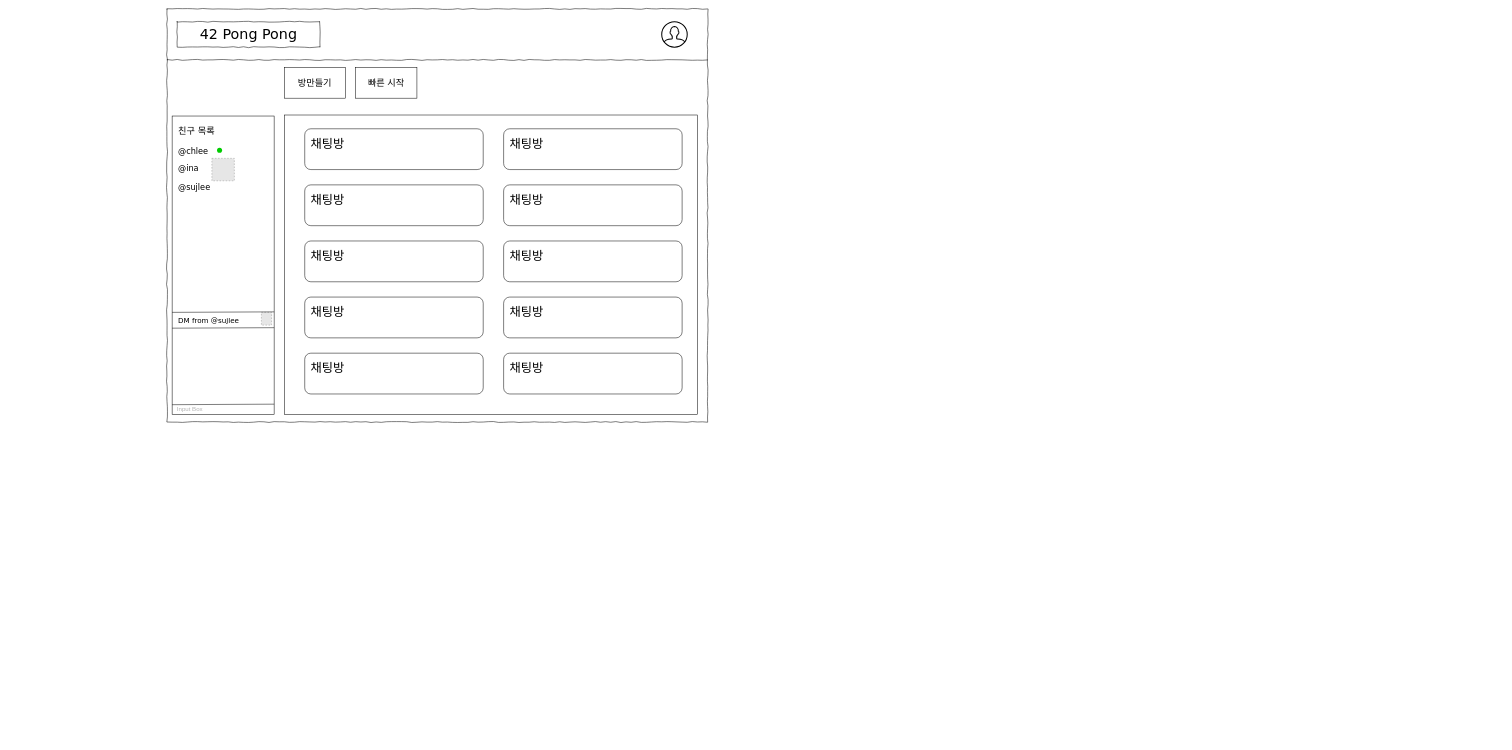
Before: blueprint.drawio in Architects8080/blueprint, a draw.io diagram. Source tidied: cells renumbered, new cells numbered last; positions are measured from the earlier drawing's top-left corner, leaving out a move shared by most shapes. Both pictures are drawn from the tidied source at 51%, with x=0, y=0 at pixel (167, 9). Pictures stored in the file or linked from it are replaced by grey dashed boxes.
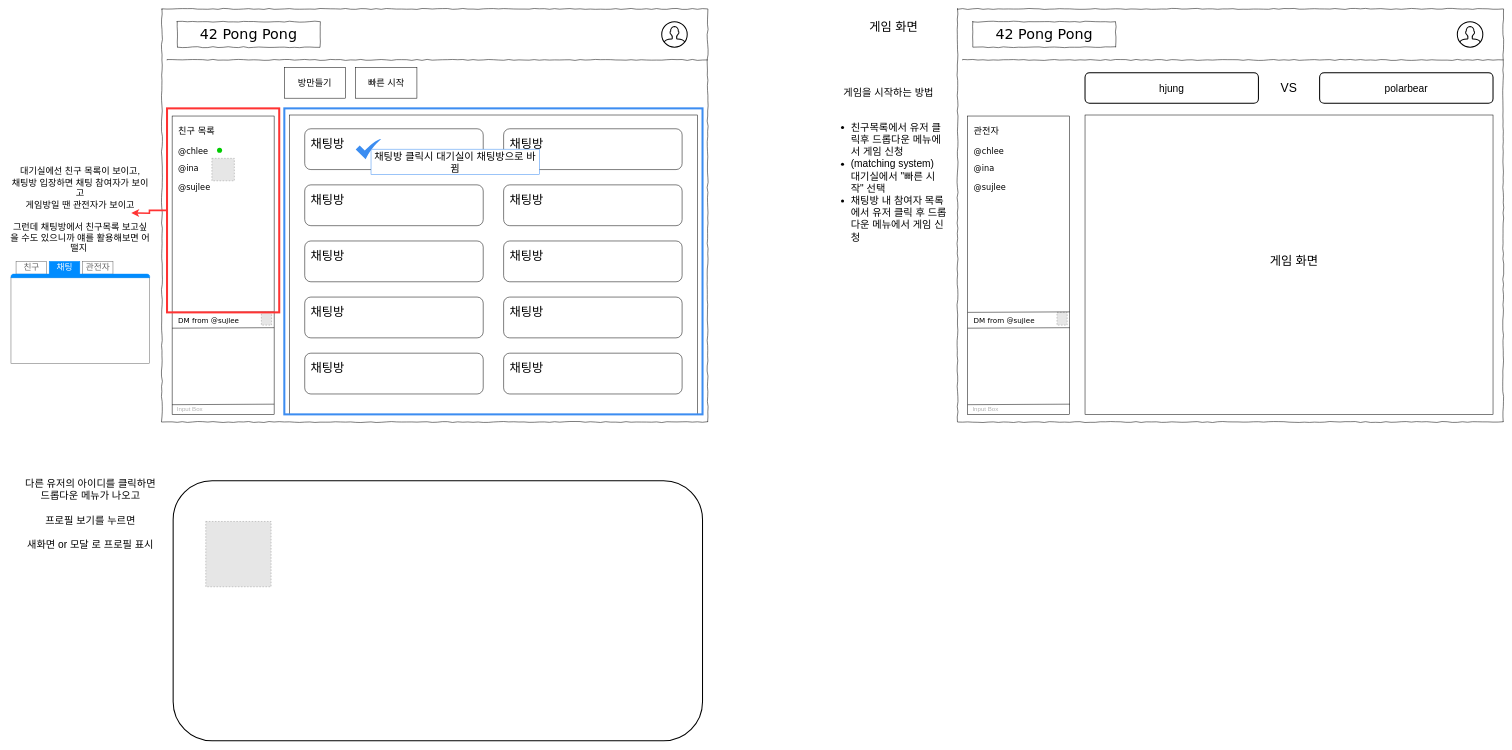
After the change.

What changed in the source:
```diff
@@
     <mxCell id="3" style="whiteSpace=wrap;html=1;rounded=0;shadow=0;labelBackgroundColor=none;strokeColor=#000000;strokeWidth=1;fillColor=none;fontFamily=Verdana;fontSize=12;fontColor=#000000;align=center;comic=1;" parent="1" vertex="1">
-      <mxGeometry width="1060" height="810" as="geometry" />
+      <mxGeometry x="-10" width="1070" height="810" as="geometry" />
     </mxCell>
@@
     <mxCell id="18" style="rounded=0;whiteSpace=wrap;html=1;fontColor=#B3B3B3;fillColor=none;" parent="1" vertex="1">
-      <mxGeometry x="230" y="208" width="810" height="587" as="geometry" />
+      <mxGeometry x="240" y="208" width="800" height="587" as="geometry" />
     </mxCell>
@@
+    <mxCell id="42" style="edgeStyle=orthogonalEdgeStyle;rounded=0;jettySize=auto;html=1;fontSize=18;fontColor=#B3B3B3;strokeColor=#FF3333;strokeWidth=3;" parent="1" edge="1" source="43">
+      <mxGeometry relative="1" as="geometry">
+        <mxPoint x="-70" y="400" as="targetPoint" />
+      </mxGeometry>
+    </mxCell>
+    <mxCell id="43" style="rounded=0;whiteSpace=wrap;html=1;fontSize=18;fontColor=#B3B3B3;fillColor=none;strokeWidth=4;strokeColor=#FF3333;" parent="1" vertex="1">
+      <mxGeometry y="195" width="220" height="400" as="geometry" />
+    </mxCell>
+    <mxCell id="44" value="대기실에선 친구 목록이 보이고,&lt;br&gt;채팅방 입장하면 채팅 참여자가 보이고&lt;br&gt;게임방일 땐 관전자가 보이고&lt;br&gt;&lt;br&gt;그런데 채팅방에서 친구목록 보고싶을 수도 있으니까 얘를 활용해보면 어떨지&amp;nbsp;" style="text;html=1;strokeColor=none;fillColor=none;align=center;verticalAlign=middle;whiteSpace=wrap;rounded=0;fontSize=18;" parent="1" vertex="1">
+      <mxGeometry x="-310" y="265" width="280" height="260" as="geometry" />
+    </mxCell>
+    <mxCell id="45" style="strokeWidth=1;shadow=0;dashed=0;align=center;html=1;shape=mxgraph.mockup.containers.marginRect2;rectMarginTop=32;strokeColor=#666666;gradientColor=none;fontSize=18;fontColor=#000000;" parent="1" vertex="1">
+      <mxGeometry x="-306" y="495" width="272" height="200" as="geometry" />
+    </mxCell>
+    <mxCell id="46" value="친구" style="strokeColor=inherit;fillColor=inherit;gradientColor=inherit;strokeWidth=1;shadow=0;dashed=0;align=center;html=1;shape=mxgraph.mockup.containers.rrect;rSize=0;fontSize=17;fontColor=#666666;gradientColor=none;" parent="45" vertex="1">
+      <mxGeometry width="60" height="25" relative="1" as="geometry">
+        <mxPoint x="10" as="offset" />
+      </mxGeometry>
+    </mxCell>
+    <mxCell id="47" value="채팅" style="strokeWidth=1;shadow=0;dashed=0;align=center;html=1;shape=mxgraph.mockup.containers.rrect;rSize=0;fontSize=17;fontColor=#ffffff;strokeColor=#008cff;fillColor=#008cff;" parent="45" vertex="1">
+      <mxGeometry width="60" height="25" relative="1" as="geometry">
+        <mxPoint x="75" as="offset" />
+      </mxGeometry>
+    </mxCell>
+    <mxCell id="48" value="관전자" style="strokeColor=inherit;fillColor=inherit;gradientColor=inherit;strokeWidth=1;shadow=0;dashed=0;align=center;html=1;shape=mxgraph.mockup.containers.rrect;rSize=0;fontSize=17;fontColor=#666666;gradientColor=none;" parent="45" vertex="1">
+      <mxGeometry width="60" height="25" relative="1" as="geometry">
+        <mxPoint x="140" as="offset" />
+      </mxGeometry>
+    </mxCell>
+    <mxCell id="49" style="strokeWidth=1;shadow=0;dashed=0;align=center;html=1;shape=mxgraph.mockup.containers.topButton;rSize=5;strokeColor=#008cff;fillColor=#008cff;gradientColor=none;" parent="45" vertex="1">
+      <mxGeometry width="272" height="7" relative="1" as="geometry">
+        <mxPoint y="25" as="offset" />
+      </mxGeometry>
+    </mxCell>
+    <mxCell id="50" style="html=1;strokeColor=none;shadow=0;align=center;verticalAlign=top;fillColor=#3B8DF1;shape=mxgraph.gcp2.check;fontSize=18;fontColor=#000000;" parent="1" vertex="1">
+      <mxGeometry x="370" y="255" width="50" height="40" as="geometry" />
+    </mxCell>
+    <mxCell id="51" value="채팅방 클릭시 대기실이 채팅방으로 바뀜" style="text;html=1;align=center;verticalAlign=middle;whiteSpace=wrap;rounded=0;fontSize=20;fillColor=#ffffff;strokeColor=#3D8DF1;" parent="1" vertex="1">
+      <mxGeometry x="400" y="275" width="330" height="50" as="geometry" />
+    </mxCell>
+    <mxCell id="52" style="rounded=0;whiteSpace=wrap;html=1;fontSize=20;fontColor=#000000;strokeColor=#3D8DF1;strokeWidth=4;fillColor=none;" parent="1" vertex="1">
+      <mxGeometry x="230" y="195" width="820" height="600" as="geometry" />
+    </mxCell>
+    <mxCell id="53" style="rounded=1;whiteSpace=wrap;html=1;fontSize=20;fontColor=#000000;strokeWidth=2;fillColor=none;" parent="1" vertex="1">
+      <mxGeometry x="12" y="925" width="1038" height="510" as="geometry" />
+    </mxCell>
+    <mxCell id="54" value="다른 유저의 아이디를 클릭하면 드롭다운 메뉴가 나오고 &lt;br&gt;&lt;br&gt;프로필 보기를 누르면&lt;br&gt;&lt;br&gt;새화면 or 모달 로 프로필 표시" style="text;html=1;strokeColor=none;fillColor=none;align=center;verticalAlign=middle;whiteSpace=wrap;rounded=0;fontSize=20;fontColor=#000000;" parent="1" vertex="1">
+      <mxGeometry x="-280" y="965" width="260" height="50" as="geometry" />
+    </mxCell>
+    <mxCell id="55" style="fillColor=#E6E6E6;strokeColor=#999999;dashed=1;html=1;verticalAlign=top;verticalLabelPosition=bottom;labelBackgroundColor=#ffffff;fontSize=20;fontColor=#000000;" parent="1" vertex="1">
+      <mxGeometry x="76" y="1005" width="128" height="128" as="geometry" />
+    </mxCell>
+    <mxCell id="56" style="rounded=0;whiteSpace=wrap;html=1;fillColor=none;" parent="1" vertex="1">
+      <mxGeometry x="1570" y="210" width="200" height="585" as="geometry" />
+    </mxCell>
+    <mxCell id="57" style="whiteSpace=wrap;html=1;rounded=0;shadow=0;labelBackgroundColor=none;strokeColor=#000000;strokeWidth=1;fillColor=none;fontFamily=Verdana;fontSize=12;fontColor=#000000;align=center;comic=1;" parent="1" vertex="1">
+      <mxGeometry x="1550" width="1070" height="810" as="geometry" />
+    </mxCell>
+    <mxCell id="58" value="42 Pong Pong" style="whiteSpace=wrap;html=1;rounded=0;shadow=0;labelBackgroundColor=none;strokeWidth=1;fontFamily=Verdana;fontSize=28;align=center;comic=1;" parent="1" vertex="1">
+      <mxGeometry x="1580" y="25" width="280" height="50" as="geometry" />
+    </mxCell>
+    <mxCell id="59" style="line;strokeWidth=1;html=1;rounded=0;shadow=0;labelBackgroundColor=none;fillColor=none;fontFamily=Verdana;fontSize=14;fontColor=#000000;align=center;comic=1;" parent="1" vertex="1">
+      <mxGeometry x="1560" y="95" width="1060" height="10" as="geometry" />
+    </mxCell>
+    <mxCell id="60" value="&lt;span style=&quot;font-size: 18px&quot;&gt;관전자&lt;/span&gt;" style="text;html=1;align=left;verticalAlign=top;spacingTop=-4;fontSize=14;fontFamily=Verdana;" parent="1" vertex="1">
+      <mxGeometry x="1580" y="225" width="170" height="20" as="geometry" />
+    </mxCell>
+    <mxCell id="61" value="@chlee" style="text;html=1;align=left;verticalAlign=top;spacingTop=-4;fontSize=16;fontFamily=Verdana;" parent="1" vertex="1">
+      <mxGeometry x="1580" y="266" width="170" height="20" as="geometry" />
+    </mxCell>
+    <mxCell id="62" value="@ina" style="text;html=1;align=left;verticalAlign=top;spacingTop=-4;fontSize=16;fontFamily=Verdana;" parent="1" vertex="1">
+      <mxGeometry x="1580" y="301" width="170" height="20" as="geometry" />
+    </mxCell>
+    <mxCell id="63" value="@sujlee" style="text;html=1;align=left;verticalAlign=top;spacingTop=-4;fontSize=16;fontFamily=Verdana;" parent="1" vertex="1">
+      <mxGeometry x="1580" y="337" width="170" height="20" as="geometry" />
+    </mxCell>
+    <mxCell id="64" style="fillColor=#E6E6E6;strokeColor=#999999;dashed=1;html=1;verticalAlign=top;verticalLabelPosition=bottom;labelBackgroundColor=#ffffff;" parent="1" vertex="1">
+      <mxGeometry x="1745" y="595" width="20" height="25" as="geometry" />
+    </mxCell>
+    <mxCell id="65" style="endArrow=none;html=1;" parent="1" edge="1">
+      <mxGeometry relative="1" as="geometry">
+        <mxPoint x="1570" y="595" as="sourcePoint" />
+        <mxPoint x="1770" y="594" as="targetPoint" />
+      </mxGeometry>
+    </mxCell>
+    <mxCell id="66" style="endArrow=none;html=1;" parent="1" edge="1">
+      <mxGeometry relative="1" as="geometry">
+        <mxPoint x="1570" y="626" as="sourcePoint" />
+        <mxPoint x="1770" y="625" as="targetPoint" />
+      </mxGeometry>
+    </mxCell>
+    <mxCell id="67" value="DM from @sujlee" style="text;html=1;align=left;verticalAlign=top;spacingTop=-4;fontSize=14;fontFamily=Verdana;" parent="1" vertex="1">
+      <mxGeometry x="1580" y="600" width="140" height="20" as="geometry" />
+    </mxCell>
+    <mxCell id="68" style="endArrow=none;html=1;" parent="1" edge="1">
+      <mxGeometry relative="1" as="geometry">
+        <mxPoint x="1570" y="776" as="sourcePoint" />
+        <mxPoint x="1770" y="775" as="targetPoint" />
+      </mxGeometry>
+    </mxCell>
+    <mxCell id="69" value="Input Box" style="text;html=1;strokeColor=none;fillColor=none;align=center;verticalAlign=middle;whiteSpace=wrap;rounded=0;fontColor=#B3B3B3;" parent="1" vertex="1">
+      <mxGeometry x="1570" y="775" width="70" height="20" as="geometry" />
+    </mxCell>
+    <mxCell id="70" style="rounded=0;whiteSpace=wrap;html=1;fontColor=#B3B3B3;fillColor=none;" parent="1" vertex="1">
+      <mxGeometry x="1800" y="208" width="800" height="587" as="geometry" />
+    </mxCell>
+    <mxCell id="71" style="html=1;verticalLabelPosition=bottom;align=center;labelBackgroundColor=#ffffff;verticalAlign=top;strokeWidth=2;shadow=0;dashed=0;shape=mxgraph.ios7.icons.user;fontColor=#B3B3B3;fillColor=none;" parent="1" vertex="1">
+      <mxGeometry x="2530" y="25" width="50" height="50" as="geometry" />
+    </mxCell>
+    <mxCell id="72" value="hjung" style="rounded=1;whiteSpace=wrap;html=1;fontSize=20;fontColor=#000000;strokeColor=#000000;strokeWidth=2;fillColor=none;" parent="1" vertex="1">
+      <mxGeometry x="1800" y="125" width="340" height="60" as="geometry" />
+    </mxCell>
+    <mxCell id="73" value="polarbear" style="rounded=1;whiteSpace=wrap;html=1;fontSize=20;fontColor=#000000;strokeColor=#000000;strokeWidth=2;fillColor=none;" parent="1" vertex="1">
+      <mxGeometry x="2260" y="125" width="340" height="60" as="geometry" />
+    </mxCell>
+    <mxCell id="74" value="VS" style="text;html=1;strokeColor=none;fillColor=none;align=center;verticalAlign=middle;whiteSpace=wrap;rounded=0;fontSize=24;fontColor=#000000;" parent="1" vertex="1">
+      <mxGeometry x="2180" y="145" width="40" height="20" as="geometry" />
+    </mxCell>
+    <mxCell id="75" value="게임 화면" style="text;html=1;strokeColor=none;fillColor=none;align=center;verticalAlign=middle;whiteSpace=wrap;rounded=0;fontSize=24;fontColor=#000000;" parent="1" vertex="1">
+      <mxGeometry x="2000" y="475" width="420" height="40" as="geometry" />
+    </mxCell>
+    <mxCell id="76" value="게임 화면" style="text;html=1;strokeColor=none;fillColor=none;align=center;verticalAlign=middle;whiteSpace=wrap;rounded=0;fontSize=24;fontColor=#000000;" parent="1" vertex="1">
+      <mxGeometry x="1330" y="15" width="190" height="40" as="geometry" />
+    </mxCell>
+    <mxCell id="77" value="게임을 시작하는 방법&lt;br&gt;&lt;br&gt;&lt;ul&gt;&lt;li style=&quot;text-align: left&quot;&gt;친구목록에서 유저 클릭후 드롭다운 메뉴에서 게임 신청&lt;/li&gt;&lt;li style=&quot;text-align: left&quot;&gt;(matching system)&lt;br&gt;대기실에서 &quot;빠른 시작&quot; 선택&lt;/li&gt;&lt;li style=&quot;text-align: left&quot;&gt;채팅방 내 참여자 목록에서 유저 클릭 후 드롭다운 메뉴에서 게임 신청&lt;/li&gt;&lt;/ul&gt;" style="text;html=1;strokeColor=none;fillColor=none;align=center;verticalAlign=middle;whiteSpace=wrap;rounded=0;fontSize=20;fontColor=#000000;" parent="1" vertex="1">
+      <mxGeometry x="1300" y="105" width="230" height="420" as="geometry" />
+    </mxCell>
```
